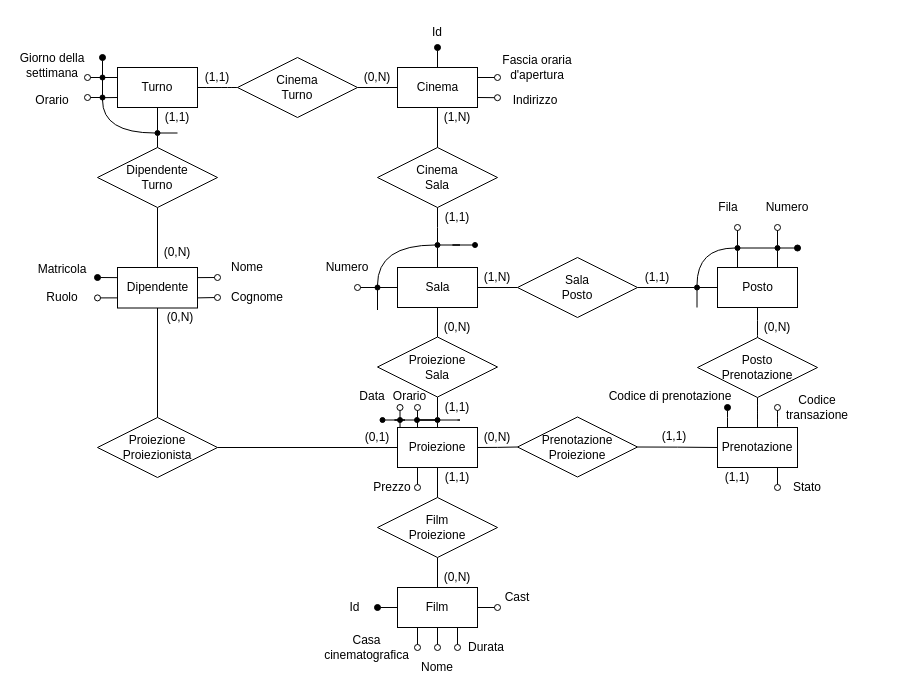
Above: docs/media/er_diagrams/er-diagram_restructured.drawio in buracchi/cinema-management-system (draw.io), before the change. Source tidied: cells renumbered, new cells numbered last; positions are measured from the earlier drawing's top-left corner, leaving out a move shared by most shapes. Both pictures are drawn from the tidied source at 100%, with x=0, y=0 at pixel (17, 17).
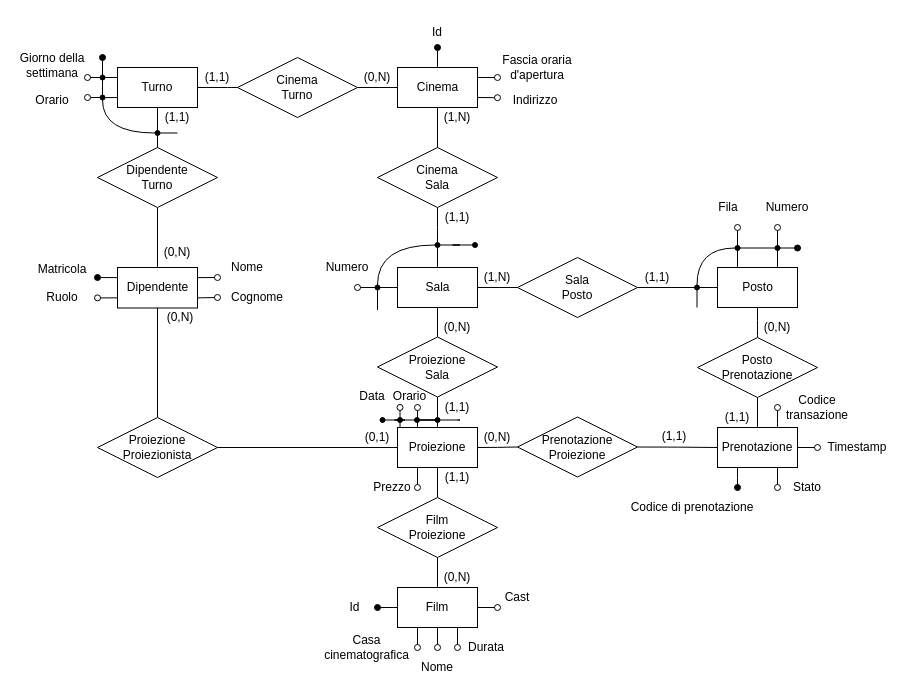
Above is the later version.

The change refers to these unchanged cells:
```xml
<mxCell id="36" value="Prenotazione" style="whiteSpace=wrap;html=1;sketch=0;" parent="1" vertex="1">
  <mxGeometry x="700" y="410" width="80" height="40" as="geometry" />
</mxCell>
```

The edit, as a diff of the source:
```diff
@@
-    <mxCell id="32" style="edgeStyle=orthogonalEdgeStyle;jettySize=auto;html=1;startSize=6;endArrow=oval;endFill=1;endSize=6;fillColor=#000000;sketch=0;rounded=0;" parent="1" edge="1" source="36">
-      <mxGeometry relative="1" as="geometry">
-        <mxPoint x="710" y="390" as="targetPoint" />
-        <Array as="points">
-          <mxPoint x="710" y="400" />
-          <mxPoint x="710" y="400" />
-        </Array>
-      </mxGeometry>
-    </mxCell>
@@
+    <mxCell id="137" style="edgeStyle=orthogonalEdgeStyle;rounded=0;jettySize=auto;html=1;endArrow=oval;endFill=1;exitX=0.25;exitY=1;exitDx=0;exitDy=0;" parent="1" edge="1" source="36">
+      <mxGeometry relative="1" as="geometry">
+        <mxPoint x="720" y="470" as="targetPoint" />
+        <Array as="points">
+          <mxPoint x="720" y="460" />
+          <mxPoint x="720" y="460" />
+        </Array>
+      </mxGeometry>
+    </mxCell>
+    <mxCell id="138" style="edgeStyle=orthogonalEdgeStyle;rounded=0;jettySize=auto;html=1;endArrow=oval;endFill=0;" parent="1" edge="1" source="36">
+      <mxGeometry relative="1" as="geometry">
+        <mxPoint x="800" y="430" as="targetPoint" />
+        <Array as="points">
+          <mxPoint x="800" y="430" />
+          <mxPoint x="800" y="430" />
+        </Array>
+      </mxGeometry>
+    </mxCell>
@@
     <mxCell id="80" value="Codice di prenotazione" style="text;html=1;strokeColor=none;fillColor=none;align=center;verticalAlign=middle;whiteSpace=wrap;sketch=0;" parent="1" vertex="1">
-      <mxGeometry x="588" y="368.5" width="130" height="20" as="geometry" />
+      <mxGeometry x="609.5" y="480" width="130" height="20" as="geometry" />
     </mxCell>
@@
     <mxCell id="82" value="(1,1)" style="text;html=1;strokeColor=none;fillColor=none;align=center;verticalAlign=middle;whiteSpace=wrap;sketch=0;" parent="1" vertex="1">
-      <mxGeometry x="700" y="450" width="40" height="20" as="geometry" />
+      <mxGeometry x="700" y="389.5" width="40" height="20" as="geometry" />
     </mxCell>
@@
+    <mxCell id="139" value="Timestamp" style="text;html=1;strokeColor=none;fillColor=none;align=center;verticalAlign=middle;whiteSpace=wrap;sketch=0;" parent="1" vertex="1">
+      <mxGeometry x="810" y="420" width="60" height="20" as="geometry" />
+    </mxCell>
```
